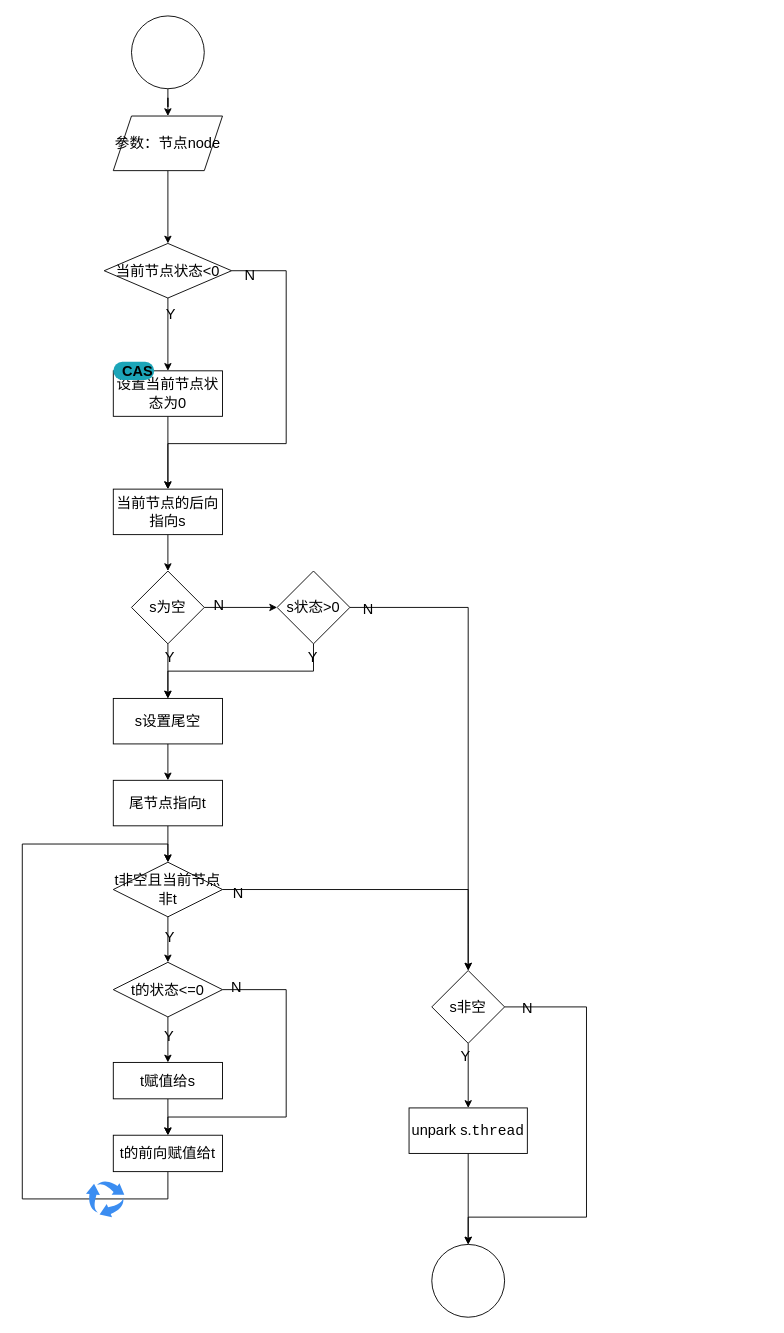
This is page "unparkSuccessor" (11 of 12) of src/drawio/aqs/aqs.drawio from NikolaZhang/NikolaZhang.github.io, a draw.io file, before an edit. Source tidied: cells renumbered, new cells numbered last; positions are measured from the earlier drawing's top-left corner, leaving out a move shared by most shapes. Both pictures are drawn from the tidied source at 91%, with x=0, y=0 at pixel (22, 15).
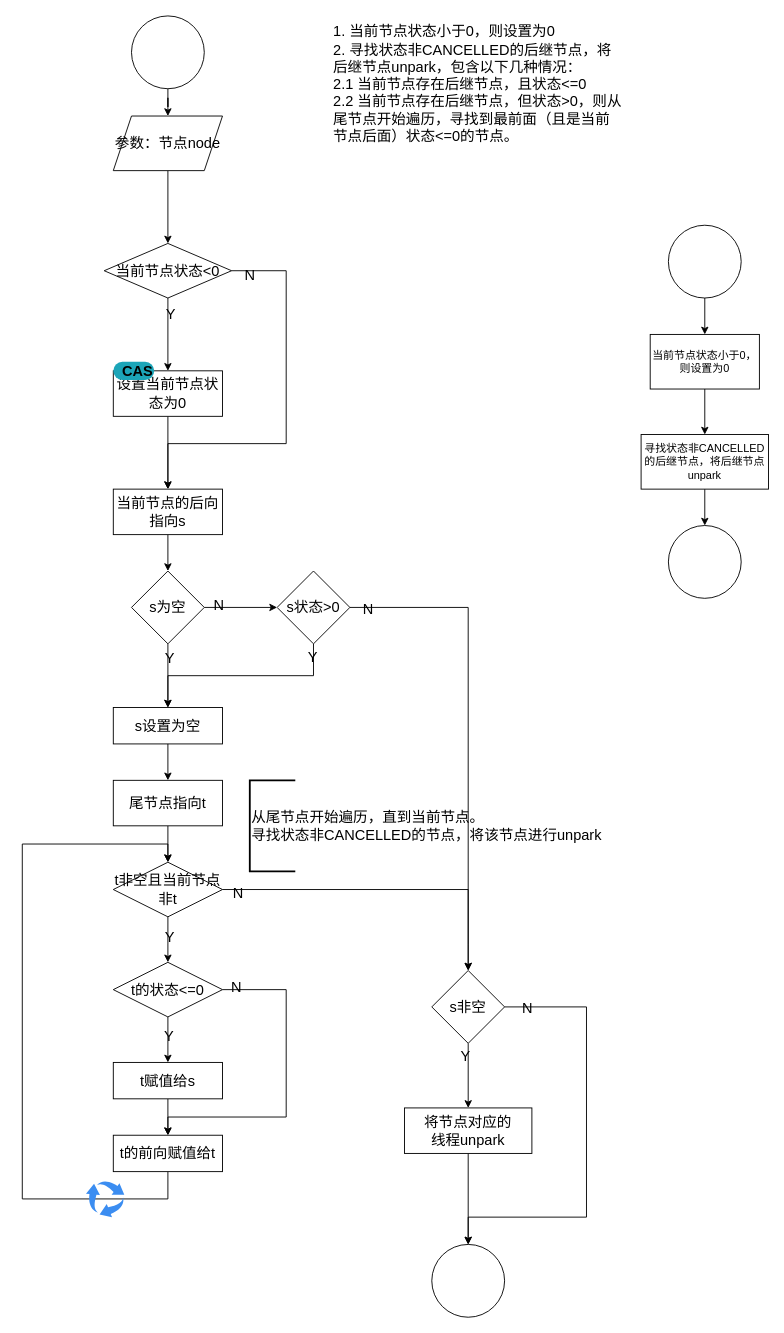
Above is the later version.

The edit, as a diff of the source:
```diff
@@
-    <mxCell id="31" value="s设置尾空" style="rounded=0;whiteSpace=wrap;html=1;fontSize=16;labelBackgroundColor=none;fontColor=default;" parent="1" vertex="1">
-      <mxGeometry x="100" y="750" width="120" height="50" as="geometry" />
+    <mxCell id="31" value="s设置为空" style="rounded=0;whiteSpace=wrap;html=1;fontSize=16;labelBackgroundColor=none;fontColor=default;" parent="1" vertex="1">
+      <mxGeometry x="100" y="760" width="120" height="40" as="geometry" />
     </mxCell>
@@
-    <mxCell id="50" value="unpark&amp;nbsp;s.&lt;span style=&quot;font-family: &amp;quot;Fira Code Medium&amp;quot;, monospace; font-size: 16px;&quot;&gt;thread&lt;/span&gt;" style="whiteSpace=wrap;html=1;fontSize=16;labelBackgroundColor=none;fontColor=default;" parent="1" vertex="1">
-      <mxGeometry x="425" y="1200" width="130" height="50" as="geometry" />
+    <mxCell id="50" value="将节点对应的&lt;br&gt;线程unpark" style="whiteSpace=wrap;html=1;fontSize=16;labelBackgroundColor=none;fontColor=default;" parent="1" vertex="1">
+      <mxGeometry x="420" y="1200" width="140" height="50" as="geometry" />
     </mxCell>
@@
+    <mxCell id="53" value="&lt;font face=&quot;Helvetica&quot; style=&quot;font-size: 16px;&quot;&gt;&lt;font style=&quot;font-size: 16px;&quot;&gt;&lt;font style=&quot;font-size: 16px;&quot;&gt;1.&amp;nbsp;&lt;/font&gt;当前节点状态小于0，则设置为0&lt;br&gt;2.&amp;nbsp;&lt;/font&gt;寻找状态非CANCELLED的后继节点，将后继节点unpark&lt;font style=&quot;font-size: 16px;&quot;&gt;，包含以下几种情况：&lt;br&gt;2.1 当前节点存在后继节点，且状态&amp;lt;=0&lt;br&gt;2.2 当前节点存在后继节点，但状态&amp;gt;0，则从尾节点开始遍历，寻找到最前面（且是当前节点后面）状态&amp;lt;=0的节点。&lt;/font&gt;&lt;/font&gt;" style="text;html=1;align=left;verticalAlign=middle;whiteSpace=wrap;rounded=0;" parent="1" vertex="1">
+      <mxGeometry x="340" y="10" width="320" height="130" as="geometry" />
+    </mxCell>
+    <mxCell id="54" style="edgeStyle=orthogonalEdgeStyle;rounded=0;jettySize=auto;html=1;" parent="1" edge="1" source="55" target="57">
+      <mxGeometry relative="1" as="geometry" />
+    </mxCell>
+    <mxCell id="55" value="当前节点状态小于0，则设置为0" style="rounded=0;whiteSpace=wrap;html=1;" parent="1" vertex="1">
+      <mxGeometry x="690" y="350" width="120" height="60" as="geometry" />
+    </mxCell>
+    <mxCell id="56" style="edgeStyle=orthogonalEdgeStyle;rounded=0;jettySize=auto;html=1;" parent="1" edge="1" source="57" target="60">
+      <mxGeometry relative="1" as="geometry" />
+    </mxCell>
+    <mxCell id="57" value="寻找状态非CANCELLED的后继节点，将后继节点unpark" style="rounded=0;whiteSpace=wrap;html=1;" parent="1" vertex="1">
+      <mxGeometry x="680" y="460" width="140" height="60" as="geometry" />
+    </mxCell>
+    <mxCell id="58" style="edgeStyle=orthogonalEdgeStyle;rounded=0;jettySize=auto;html=1;" parent="1" edge="1" source="59" target="55">
+      <mxGeometry relative="1" as="geometry" />
+    </mxCell>
+    <mxCell id="59" style="ellipse;whiteSpace=wrap;html=1;" parent="1" vertex="1">
+      <mxGeometry x="710" y="230" width="80" height="80" as="geometry" />
+    </mxCell>
+    <mxCell id="60" style="ellipse;whiteSpace=wrap;html=1;rounded=0;" parent="1" vertex="1">
+      <mxGeometry x="710" y="560" width="80" height="80" as="geometry" />
+    </mxCell>
+    <mxCell id="61" value="从尾节点开始遍历，直到当前节点。&lt;br style=&quot;font-size: 16px;&quot;&gt;寻找状态非CANCELLED的节点，将该节点进行unpark" style="strokeWidth=2;html=1;shape=mxgraph.flowchart.annotation_1;align=left;fontSize=16;" parent="1" vertex="1">
+      <mxGeometry x="250" y="840" width="50" height="100" as="geometry" />
+    </mxCell>
```
